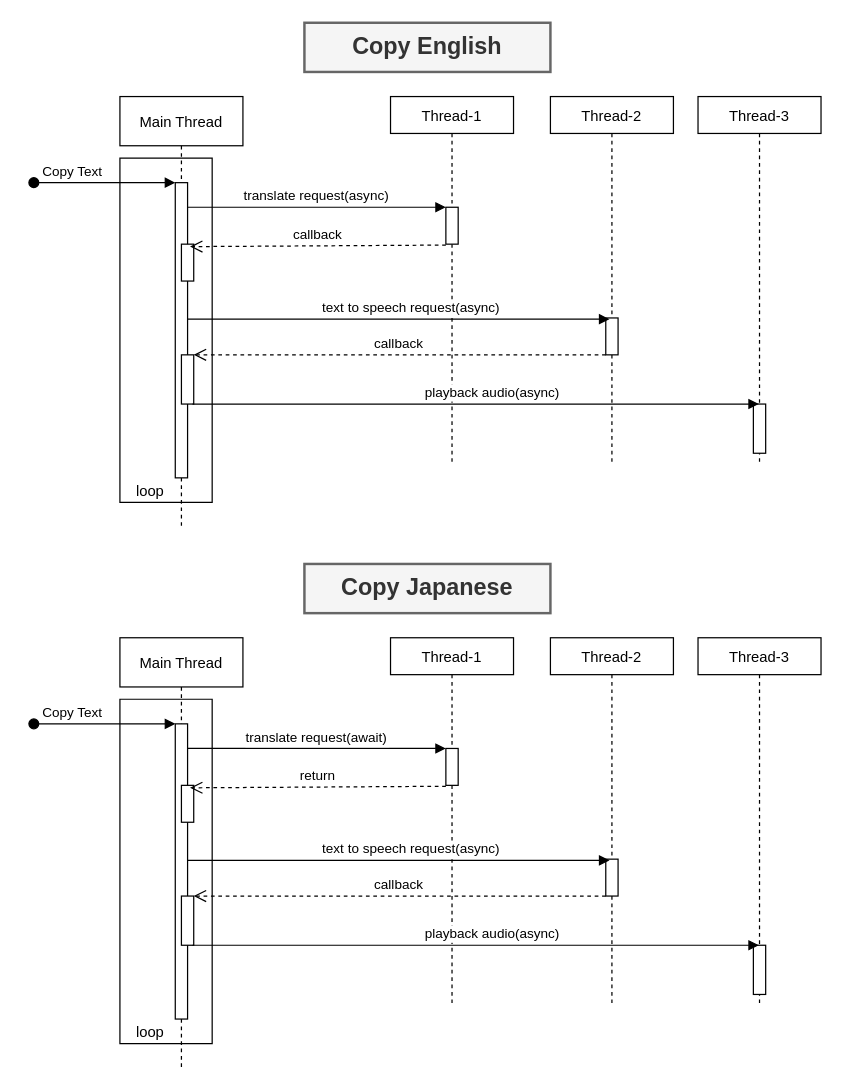
This is sequence.drawio from monkey999por/translation, a draw.io file, before an edit. Source tidied: cells renumbered, new cells numbered last; positions are measured from the earlier drawing's top-left corner, leaving out a move shared by most shapes. Both pictures are drawn from the tidied source at 123%, with x=0, y=0 at pixel (33, 22).
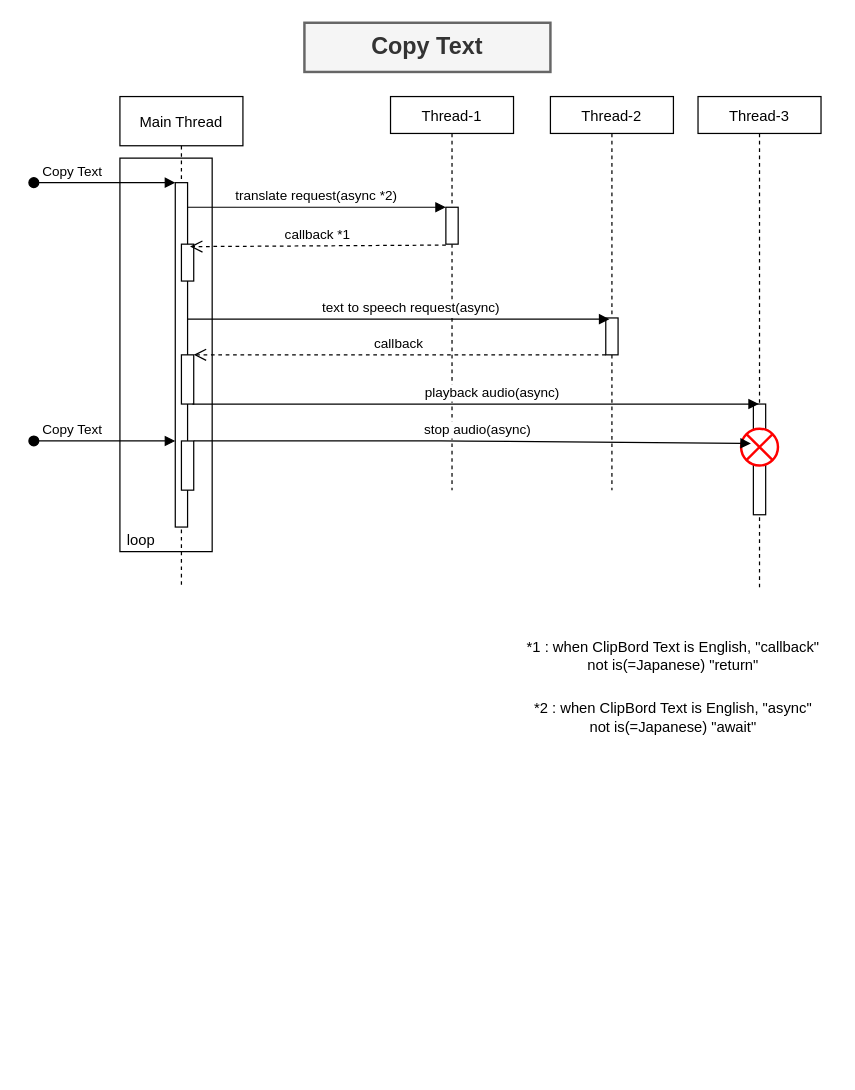
The same page after the edit.

The change refers to these unchanged cells:
```xml
<mxCell id="9" style="points=[];perimeter=orthogonalPerimeter;rounded=0;shadow=0;strokeWidth=1;" parent="5" vertex="1">
  <mxGeometry x="50" y="120" width="10" height="30" as="geometry" />
</mxCell>
<mxCell id="11" style="points=[];perimeter=orthogonalPerimeter;rounded=0;shadow=0;strokeWidth=1;" parent="10" vertex="1">
  <mxGeometry x="45" y="90" width="10" height="30" as="geometry" />
</mxCell>
```

Diff of the diagram source:
```diff
@@
     <mxCell id="2" value="Thread-3" style="shape=umlLifeline;perimeter=lifelinePerimeter;rounded=0;shadow=0;strokeWidth=1;size=30;" parent="1" vertex="1">
-      <mxGeometry x="540" y="60" width="100" height="300" as="geometry" />
+      <mxGeometry x="540" y="60" width="100" height="400" as="geometry" />
     </mxCell>
     <mxCell id="3" style="perimeter=orthogonalPerimeter;rounded=0;shadow=0;strokeWidth=1;" parent="2" vertex="1">
-      <mxGeometry x="45" y="250" width="10" height="40" as="geometry" />
+      <mxGeometry x="45" y="250" width="10" height="90" as="geometry" />
     </mxCell>
+    <mxCell id="40" style="shape=sumEllipse;perimeter=ellipsePerimeter;whiteSpace=wrap;html=1;backgroundOutline=1;shadow=0;fontSize=12;strokeWidth=2;align=left;sketch=0;strokeColor=#FF0000;" parent="2" vertex="1">
+      <mxGeometry x="35" y="270" width="30" height="30" as="geometry" />
+    </mxCell>
     <mxCell id="4" style="verticalLabelPosition=bottom;verticalAlign=top;html=1;shape=mxgraph.basic.rect;fillColor2=none;strokeWidth=1;size=20;indent=5;shadow=0;fontSize=19;fillColor=none;" parent="1" vertex="1">
-      <mxGeometry x="70" y="110" width="75" height="280" as="geometry" />
+      <mxGeometry x="70" y="110" width="75" height="320" as="geometry" />
     </mxCell>
     <mxCell id="5" value="Main Thread" style="shape=umlLifeline;perimeter=lifelinePerimeter;rounded=0;shadow=0;strokeWidth=1;" parent="1" vertex="1">
-      <mxGeometry x="70" y="60" width="100" height="350" as="geometry" />
+      <mxGeometry x="70" y="60" width="100" height="400" as="geometry" />
     </mxCell>
     <mxCell id="6" style="points=[];perimeter=orthogonalPerimeter;rounded=0;shadow=0;strokeWidth=1;" parent="5" vertex="1">
-      <mxGeometry x="45" y="70" width="10" height="240" as="geometry" />
+      <mxGeometry x="45" y="70" width="10" height="280" as="geometry" />
     </mxCell>
@@
+    <mxCell id="41" style="points=[];perimeter=orthogonalPerimeter;rounded=0;shadow=0;strokeWidth=1;" parent="5" vertex="1">
+      <mxGeometry x="50" y="280" width="10" height="40" as="geometry" />
+    </mxCell>
     <mxCell id="10" value="Thread-1" style="shape=umlLifeline;perimeter=lifelinePerimeter;rounded=0;shadow=0;strokeWidth=1;size=30;" parent="1" vertex="1">
-      <mxGeometry x="290" y="60" width="100" height="300" as="geometry" />
+      <mxGeometry x="290" y="60" width="100" height="320" as="geometry" />
     </mxCell>
@@
-    <mxCell id="12" value="callback" style="verticalAlign=bottom;endArrow=open;dashed=1;endSize=8;shadow=0;strokeWidth=1;exitX=0;exitY=1.025;exitDx=0;exitDy=0;exitPerimeter=0;entryX=0.7;entryY=0.067;entryDx=0;entryDy=0;entryPerimeter=0;" parent="1" edge="1" source="11" target="9">
+    <mxCell id="12" value="callback *1" style="verticalAlign=bottom;endArrow=open;dashed=1;endSize=8;shadow=0;strokeWidth=1;exitX=0;exitY=1.025;exitDx=0;exitDy=0;exitPerimeter=0;entryX=0.7;entryY=0.067;entryDx=0;entryDy=0;entryPerimeter=0;" parent="1" edge="1" source="11" target="9">
       <mxGeometry relative="1" as="geometry" />
     </mxCell>
-    <mxCell id="13" value="translate request(async)" style="verticalAlign=bottom;endArrow=block;entryX=0;entryY=0;shadow=0;strokeWidth=1;" parent="1" edge="1" source="6" target="11">
+    <mxCell id="13" value="translate request(async *2)" style="verticalAlign=bottom;endArrow=block;entryX=0;entryY=0;shadow=0;strokeWidth=1;" parent="1" edge="1" source="6" target="11">
       <mxGeometry relative="1" as="geometry" />
     </mxCell>
     <mxCell id="14" value="Thread-2" style="shape=umlLifeline;perimeter=lifelinePerimeter;rounded=0;shadow=0;strokeWidth=1;size=30;" parent="1" vertex="1">
-      <mxGeometry x="420" y="60" width="100" height="300" as="geometry" />
+      <mxGeometry x="420" y="60" width="100" height="320" as="geometry" />
     </mxCell>
@@
-    <mxCell id="16" value="Copy English" style="text;html=1;strokeColor=#666666;fillColor=#f5f5f5;align=center;verticalAlign=middle;whiteSpace=wrap;rounded=0;strokeWidth=2;perimeterSpacing=0;shadow=0;fontSize=19;fontStyle=1;fontColor=#333333;" parent="1" vertex="1">
+    <mxCell id="16" value="Copy Text" style="text;html=1;strokeColor=#666666;fillColor=#f5f5f5;align=center;verticalAlign=middle;whiteSpace=wrap;rounded=0;strokeWidth=2;perimeterSpacing=0;shadow=0;fontSize=19;fontStyle=1;fontColor=#333333;" parent="1" vertex="1">
       <mxGeometry x="220" width="200" height="40" as="geometry" />
     </mxCell>
@@
     <mxCell id="19" value="loop" style="text;strokeColor=none;fillColor=none;align=left;verticalAlign=middle;spacingLeft=4;spacingRight=4;overflow=hidden;shadow=0;fontSize=12;horizontal=1;" parent="1" vertex="1">
-      <mxGeometry x="77.5" y="370" width="60" height="20" as="geometry" />
+      <mxGeometry x="70" y="410" width="60" height="20" as="geometry" />
     </mxCell>
@@
-    <mxCell id="21" value="Thread-3" style="shape=umlLifeline;perimeter=lifelinePerimeter;rounded=0;shadow=0;strokeWidth=1;size=30;" parent="1" vertex="1">
-      <mxGeometry x="540" y="500" width="100" height="300" as="geometry" />
-    </mxCell>
-    <mxCell id="22" style="perimeter=orthogonalPerimeter;rounded=0;shadow=0;strokeWidth=1;" parent="21" vertex="1">
-      <mxGeometry x="45" y="250" width="10" height="40" as="geometry" />
-    </mxCell>
-    <mxCell id="23" style="verticalLabelPosition=bottom;verticalAlign=top;html=1;shape=mxgraph.basic.rect;fillColor2=none;strokeWidth=1;size=20;indent=5;shadow=0;fontSize=19;fillColor=none;" parent="1" vertex="1">
-      <mxGeometry x="70" y="550" width="75" height="280" as="geometry" />
-    </mxCell>
-    <mxCell id="24" value="Main Thread" style="shape=umlLifeline;perimeter=lifelinePerimeter;rounded=0;shadow=0;strokeWidth=1;" parent="1" vertex="1">
-      <mxGeometry x="70" y="500" width="100" height="350" as="geometry" />
-    </mxCell>
-    <mxCell id="25" style="points=[];perimeter=orthogonalPerimeter;rounded=0;shadow=0;strokeWidth=1;" parent="24" vertex="1">
-      <mxGeometry x="45" y="70" width="10" height="240" as="geometry" />
-    </mxCell>
-    <mxCell id="26" value="Copy Text" style="verticalAlign=bottom;startArrow=oval;endArrow=block;startSize=8;shadow=0;strokeWidth=1;align=right;" parent="24" edge="1" target="25">
+    <mxCell id="26" value="Copy Text" style="verticalAlign=bottom;startArrow=oval;endArrow=block;startSize=8;shadow=0;strokeWidth=1;align=right;" parent="1" edge="1">
       <mxGeometry relative="1" as="geometry">
-        <mxPoint x="-70" y="70" as="sourcePoint" />
+        <mxPoint y="340" as="sourcePoint" />
+        <mxPoint x="115" y="340" as="targetPoint" />
       </mxGeometry>
     </mxCell>
-    <mxCell id="27" style="points=[];perimeter=orthogonalPerimeter;rounded=0;shadow=0;strokeWidth=1;" parent="24" vertex="1">
-      <mxGeometry x="50" y="210" width="10" height="40" as="geometry" />
-    </mxCell>
-    <mxCell id="28" style="points=[];perimeter=orthogonalPerimeter;rounded=0;shadow=0;strokeWidth=1;" parent="24" vertex="1">
-      <mxGeometry x="50" y="120" width="10" height="30" as="geometry" />
-    </mxCell>
-    <mxCell id="29" value="Thread-1" style="shape=umlLifeline;perimeter=lifelinePerimeter;rounded=0;shadow=0;strokeWidth=1;size=30;" parent="1" vertex="1">
-      <mxGeometry x="290" y="500" width="100" height="300" as="geometry" />
-    </mxCell>
-    <mxCell id="30" style="points=[];perimeter=orthogonalPerimeter;rounded=0;shadow=0;strokeWidth=1;" parent="29" vertex="1">
-      <mxGeometry x="45" y="90" width="10" height="30" as="geometry" />
-    </mxCell>
-    <mxCell id="31" value="return" style="verticalAlign=bottom;endArrow=open;dashed=1;endSize=8;shadow=0;strokeWidth=1;exitX=0;exitY=1.025;exitDx=0;exitDy=0;exitPerimeter=0;entryX=0.7;entryY=0.067;entryDx=0;entryDy=0;entryPerimeter=0;" parent="1" edge="1" source="30" target="28">
-      <mxGeometry relative="1" as="geometry" />
-    </mxCell>
-    <mxCell id="32" value="translate request(await)" style="verticalAlign=bottom;endArrow=block;entryX=0;entryY=0;shadow=0;strokeWidth=1;" parent="1" edge="1" source="25" target="30">
-      <mxGeometry relative="1" as="geometry" />
-    </mxCell>
-    <mxCell id="33" value="Thread-2" style="shape=umlLifeline;perimeter=lifelinePerimeter;rounded=0;shadow=0;strokeWidth=1;size=30;" parent="1" vertex="1">
-      <mxGeometry x="420" y="500" width="100" height="300" as="geometry" />
-    </mxCell>
-    <mxCell id="34" style="points=[];perimeter=orthogonalPerimeter;rounded=0;shadow=0;strokeWidth=1;" parent="33" vertex="1">
-      <mxGeometry x="45" y="180" width="10" height="30" as="geometry" />
-    </mxCell>
-    <mxCell id="35" value="Copy Japanese" style="text;html=1;strokeColor=#666666;fillColor=#f5f5f5;align=center;verticalAlign=middle;whiteSpace=wrap;rounded=0;strokeWidth=2;perimeterSpacing=0;shadow=0;fontSize=19;fontStyle=1;fontColor=#333333;" parent="1" vertex="1">
-      <mxGeometry x="220" y="440" width="200" height="40" as="geometry" />
-    </mxCell>
-    <mxCell id="36" value="text to speech request(async)" style="verticalAlign=middle;endArrow=block;shadow=0;strokeWidth=1;entryX=0.3;entryY=0.033;entryDx=0;entryDy=0;entryPerimeter=0;" parent="1" edge="1" source="25" target="34">
-      <mxGeometry x="0.06" y="10" relative="1" as="geometry" />
-    </mxCell>
-    <mxCell id="37" value="callback" style="verticalAlign=bottom;endArrow=open;dashed=1;endSize=8;shadow=0;strokeWidth=1;exitX=0;exitY=1;exitDx=0;exitDy=0;exitPerimeter=0;" parent="1" edge="1" source="34" target="27">
-      <mxGeometry relative="1" as="geometry" />
-    </mxCell>
-    <mxCell id="38" value="loop" style="text;strokeColor=none;fillColor=none;align=left;verticalAlign=middle;spacingLeft=4;spacingRight=4;overflow=hidden;shadow=0;fontSize=12;horizontal=1;" parent="1" vertex="1">
-      <mxGeometry x="77.5" y="810" width="60" height="20" as="geometry" />
-    </mxCell>
-    <mxCell id="39" value="playback audio(async)" style="verticalAlign=middle;endArrow=block;shadow=0;strokeWidth=1;exitX=0.9;exitY=1;exitDx=0;exitDy=0;exitPerimeter=0;" parent="1" edge="1" source="27" target="21">
-      <mxGeometry x="0.06" y="10" relative="1" as="geometry" />
-    </mxCell>
+    <mxCell id="42" value="stop audio(async)" style="verticalAlign=middle;endArrow=block;shadow=0;strokeWidth=1;entryX=0.267;entryY=0.4;entryDx=0;entryDy=0;entryPerimeter=0;" parent="1" edge="1" source="41" target="40">
+      <mxGeometry x="0.02" y="10" relative="1" as="geometry">
+        <Array as="points">
+          <mxPoint x="341" y="340" />
+        </Array>
+      </mxGeometry>
+    </mxCell>
+    <mxCell id="43" value="*1 : when ClipBord Text is English, &quot;callback&quot;&lt;br&gt;not is(=Japanese) &quot;return&quot;" style="text;html=1;strokeColor=none;fillColor=none;align=center;verticalAlign=middle;whiteSpace=wrap;rounded=0;shadow=0;sketch=0;fontSize=12;" parent="1" vertex="1">
+      <mxGeometry x="390" y="490" width="260" height="50" as="geometry" />
+    </mxCell>
+    <mxCell id="44" value="*2 : when ClipBord Text is English, &quot;async&quot;&lt;br&gt;not is(=Japanese) &quot;await&quot;" style="text;html=1;strokeColor=none;fillColor=none;align=center;verticalAlign=middle;whiteSpace=wrap;rounded=0;shadow=0;sketch=0;fontSize=12;" parent="1" vertex="1">
+      <mxGeometry x="390" y="540" width="260" height="50" as="geometry" />
+    </mxCell>
```
